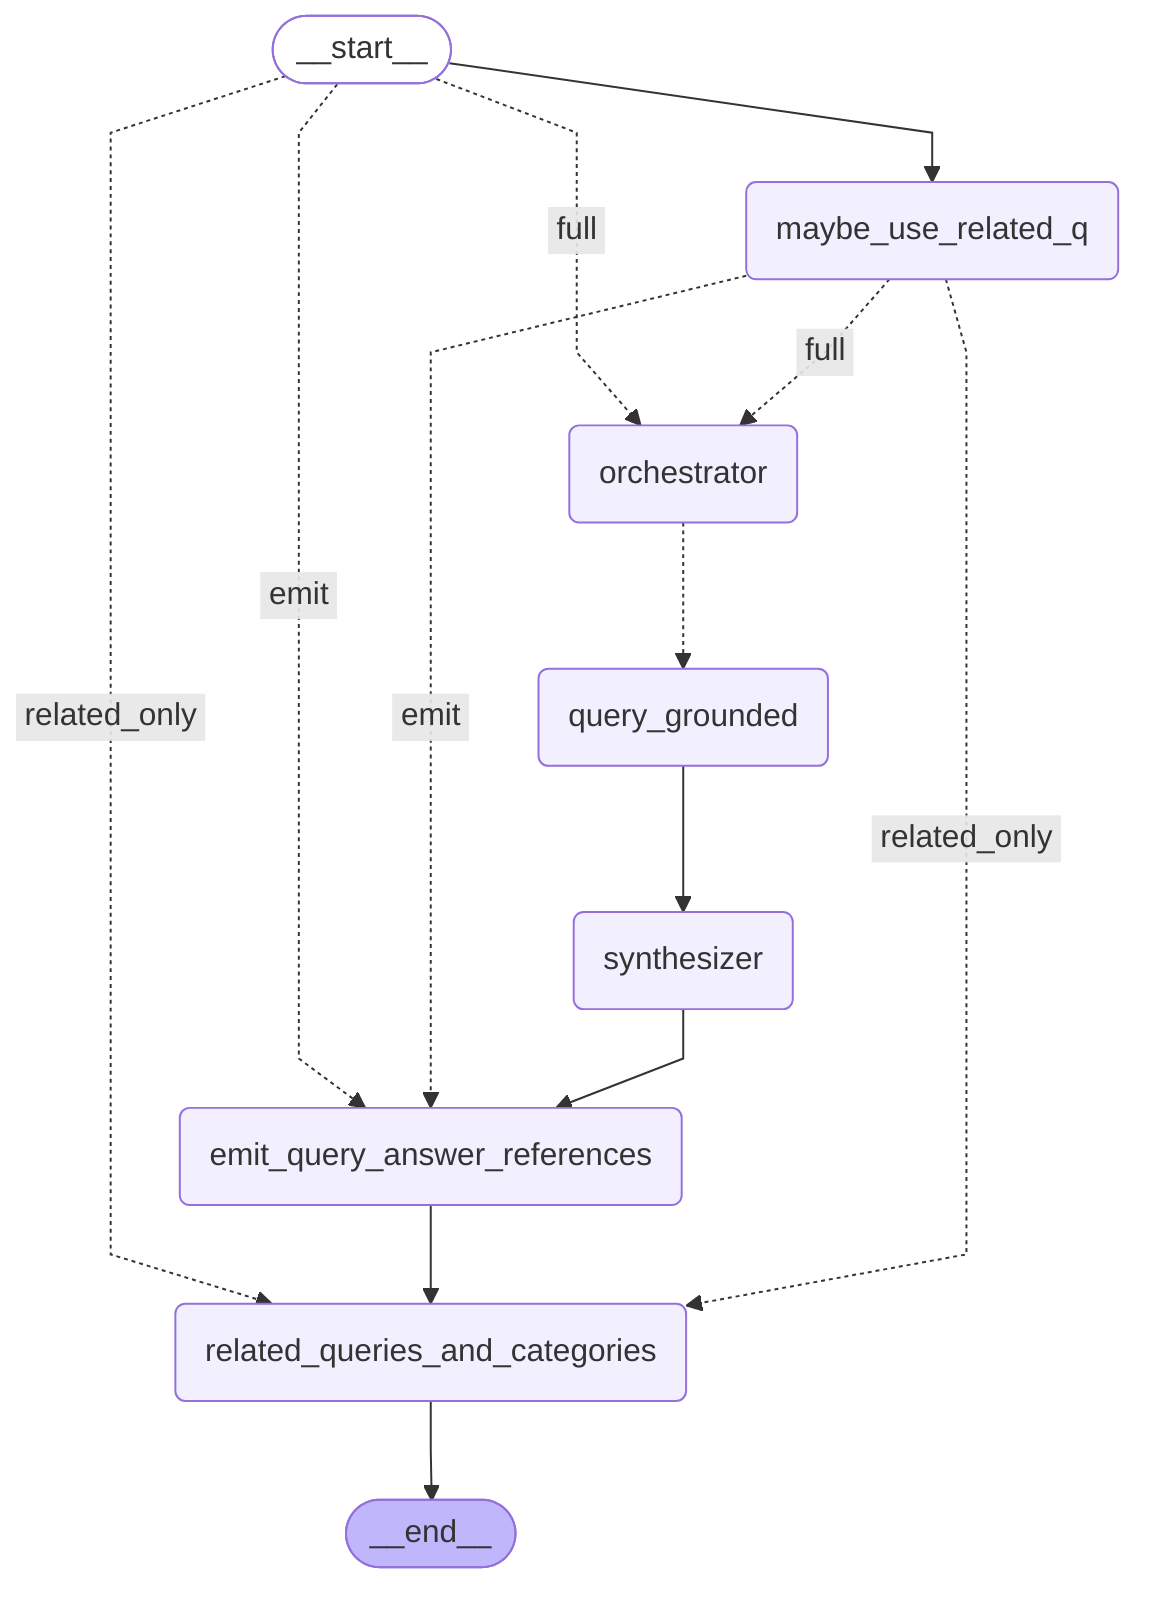
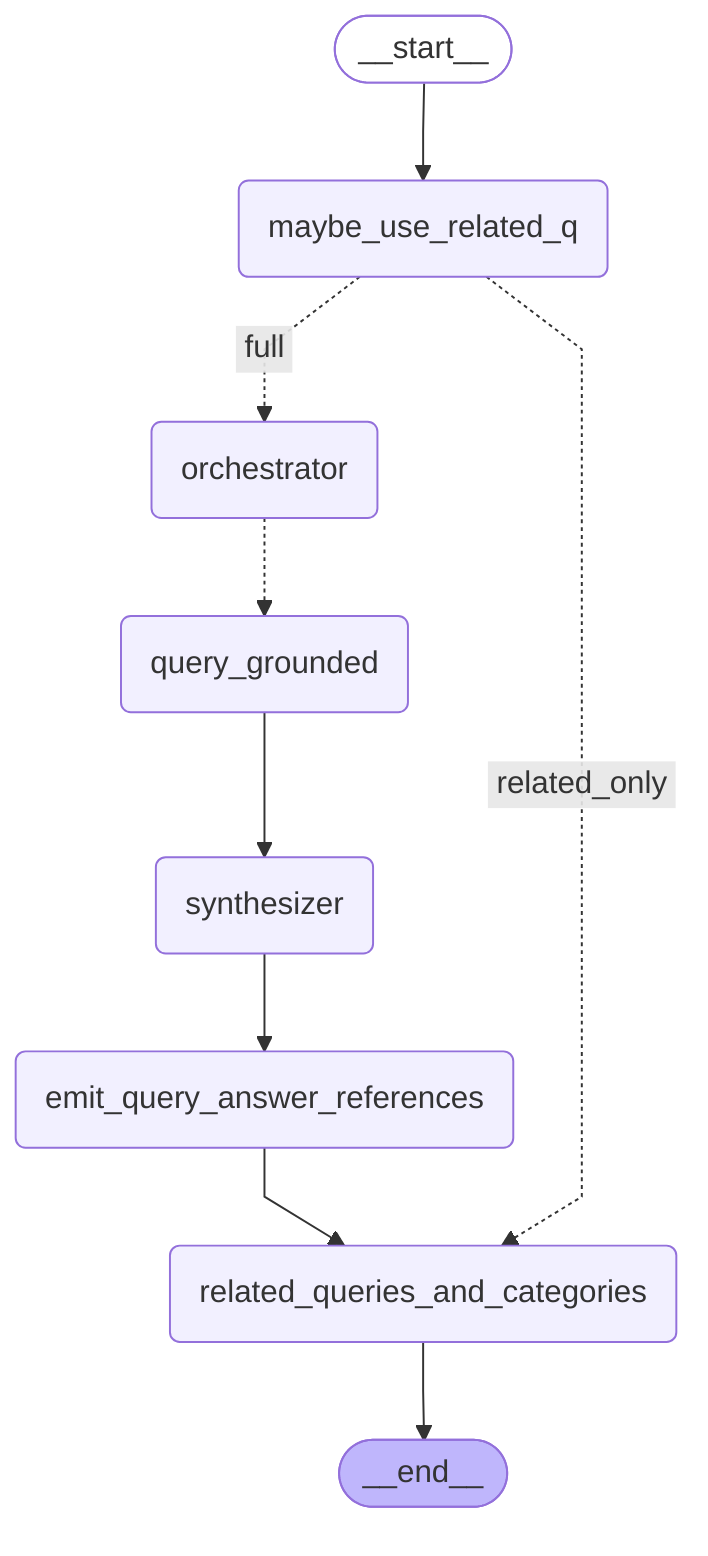
---
config:
  flowchart:
    curve: linear
---
graph TD;
	__start__([<p>__start__</p>]):::first
	maybe_use_related_q(maybe_use_related_q)
	orchestrator(orchestrator)
	query_grounded(query_grounded)
	synthesizer(synthesizer)
	emit_query_answer_references(emit_query_answer_references)
	related_queries_and_categories(related_queries_and_categories)
	__end__([<p>__end__</p>]):::last
- 	__start__ -. &nbsp;emit&nbsp; .-> emit_query_answer_references;
	__start__ --> maybe_use_related_q;
- 	__start__ -. &nbsp;full&nbsp; .-> orchestrator;
- 	__start__ -. &nbsp;related_only&nbsp; .-> related_queries_and_categories;
	emit_query_answer_references --> related_queries_and_categories;
- 	maybe_use_related_q -. &nbsp;emit&nbsp; .-> emit_query_answer_references;
	maybe_use_related_q -. &nbsp;full&nbsp; .-> orchestrator;
	maybe_use_related_q -. &nbsp;related_only&nbsp; .-> related_queries_and_categories;
	orchestrator -.-> query_grounded;
	query_grounded --> synthesizer;
	synthesizer --> emit_query_answer_references;
	related_queries_and_categories --> __end__;
	classDef default fill:#f2f0ff,line-height:1.2
	classDef first fill-opacity:0
	classDef last fill:#bfb6fc
